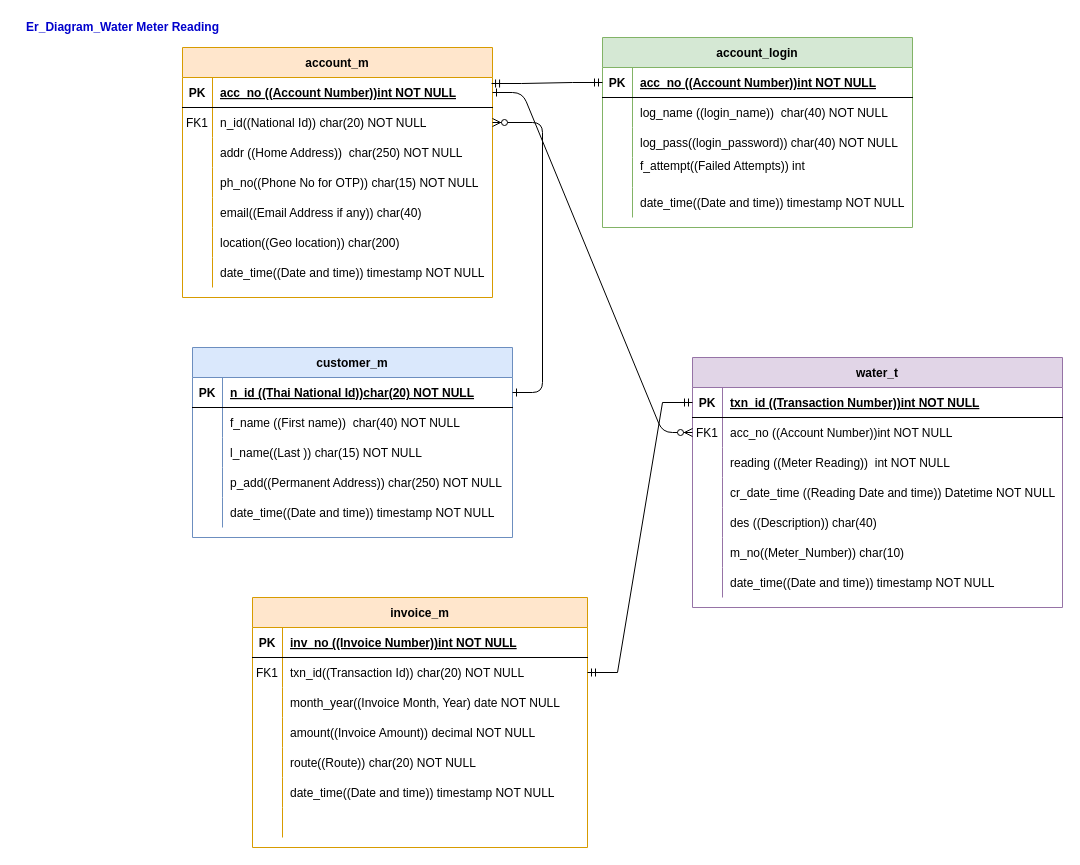
Above: db_diagram.drawio in vinodclimes/acefiles (draw.io), before the change. Source tidied: cells renumbered, new cells numbered last; positions are measured from the earlier drawing's top-left corner, leaving out a move shared by most shapes. Both pictures are drawn from the tidied source at 100%, with x=0, y=0 at pixel (17, 17).
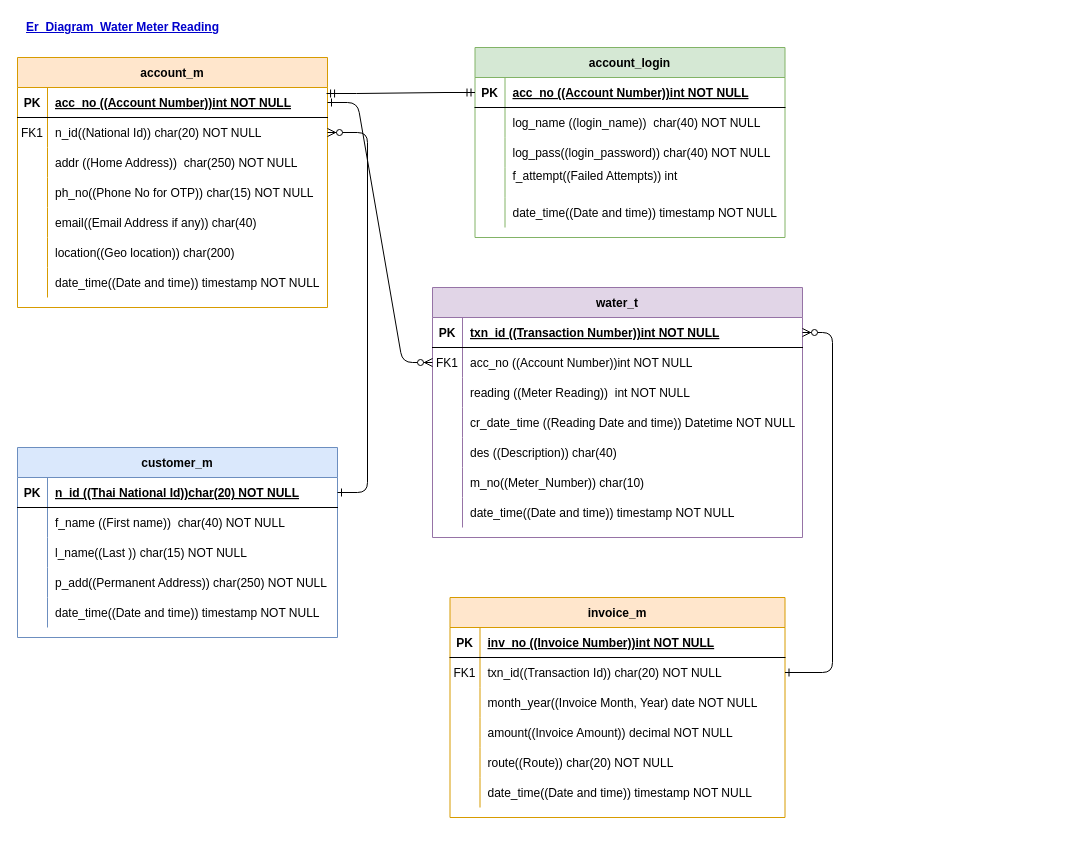
After the change.

Commit message:
one invoce many transaction updated

The change refers to these unchanged cells:
```xml
<mxCell id="41" style="shape=partialRectangle;fillColor=none;points=[[0,0.5],[1,0.5]];portConstraint=eastwest;top=0;left=0;right=0;bottom=1;" parent="40" vertex="1">
  <mxGeometry y="30" width="370" height="30" as="geometry" />
</mxCell>
<mxCell id="84" style="shape=partialRectangle;fillColor=none;points=[[0,0.5],[1,0.5]];portConstraint=eastwest;top=0;left=0;right=0;bottom=0;" parent="80" vertex="1">
  <mxGeometry y="60" width="335" height="30" as="geometry" />
</mxCell>
```

What changed in the source:
```diff
@@
     <mxCell id="2" value="account_m" style="shape=table;startSize=30;childLayout=tableLayout;rowLines=0;fontStyle=1;align=center;fillColor=#ffe6cc;strokeColor=#d79b00;" parent="1" vertex="1">
-      <mxGeometry x="165" y="30" width="310" height="250" as="geometry" />
+      <mxGeometry y="40" width="310" height="250" as="geometry" />
     </mxCell>
@@
     <mxCell id="24" value="customer_m" style="shape=table;startSize=30;childLayout=tableLayout;rowLines=0;fontStyle=1;align=center;fillColor=#dae8fc;strokeColor=#6c8ebf;" parent="1" vertex="1">
-      <mxGeometry x="175" y="330" width="320" height="190" as="geometry" />
+      <mxGeometry y="430" width="320" height="190" as="geometry" />
     </mxCell>
@@
     <mxCell id="40" value="water_t" style="shape=table;startSize=30;childLayout=tableLayout;rowLines=0;fontStyle=1;align=center;fillColor=#e1d5e7;strokeColor=#9673a6;" parent="1" vertex="1">
-      <mxGeometry x="675" y="340" width="370" height="250" as="geometry" />
+      <mxGeometry x="415" y="270" width="370" height="250" as="geometry" />
     </mxCell>
@@
     <mxCell id="62" value="account_login" style="shape=table;startSize=30;childLayout=tableLayout;rowLines=0;fontStyle=1;align=center;fillColor=#d5e8d4;strokeColor=#82b366;" parent="1" vertex="1">
-      <mxGeometry x="585" y="20" width="310" height="190" as="geometry" />
+      <mxGeometry x="457.5" y="30" width="310" height="190" as="geometry" />
     </mxCell>
@@
     <mxCell id="80" value="invoice_m" style="shape=table;startSize=30;childLayout=tableLayout;rowLines=0;fontStyle=1;align=center;fillColor=#ffe6cc;strokeColor=#d79b00;" parent="1" vertex="1">
-      <mxGeometry x="235" y="580" width="335" height="250" as="geometry" />
+      <mxGeometry x="432.5" y="580" width="335" height="220" as="geometry" />
     </mxCell>
@@
-    <mxCell id="99" style="shape=partialRectangle;fillColor=none;top=0;left=0;right=0;bottom=0;" parent="80" vertex="1">
-      <mxGeometry y="210" width="335" height="30" as="geometry" />
-    </mxCell>
-    <mxCell id="100" style="shape=partialRectangle;overflow=hidden;fillColor=none;top=0;left=0;bottom=0;right=0;" parent="99" vertex="1">
-      <mxGeometry width="30" height="30" as="geometry" />
-    </mxCell>
-    <mxCell id="101" style="shape=partialRectangle;overflow=hidden;fillColor=none;top=0;left=0;bottom=0;right=0;align=left;spacingLeft=6;" parent="99" vertex="1">
-      <mxGeometry x="30" width="305" height="30" as="geometry" />
-    </mxCell>
-    <mxCell id="102" style="edgeStyle=entityRelationEdgeStyle;fontSize=12;html=1;endArrow=ERmandOne;startArrow=ERmandOne;rounded=0;fontColor=#0000CC;exitX=1;exitY=0.5;exitDx=0;exitDy=0;" parent="1" edge="1" source="84" target="41">
-      <mxGeometry relative="1" as="geometry" />
-    </mxCell>
-    <mxCell id="103" value="&lt;b&gt;Er_Diagram_Water Meter Reading&lt;/b&gt;" style="text;html=1;align=center;verticalAlign=middle;strokeColor=none;fillColor=none;fontColor=#0000CC;" parent="1" vertex="1">
+    <mxCell id="103" value="&lt;b&gt;&lt;u&gt;Er_Diagram_Water Meter Reading&lt;/u&gt;&lt;/b&gt;" style="text;html=1;align=center;verticalAlign=middle;strokeColor=none;fillColor=none;fontColor=#0000CC;" parent="1" vertex="1">
       <mxGeometry width="210" height="20" as="geometry" />
     </mxCell>
@@
+    <mxCell id="102" style="edgeStyle=entityRelationEdgeStyle;endArrow=ERzeroToMany;startArrow=ERone;endFill=1;startFill=0;" parent="1" edge="1" source="84" target="41">
+      <mxGeometry relative="1" as="geometry" />
+    </mxCell>
```
